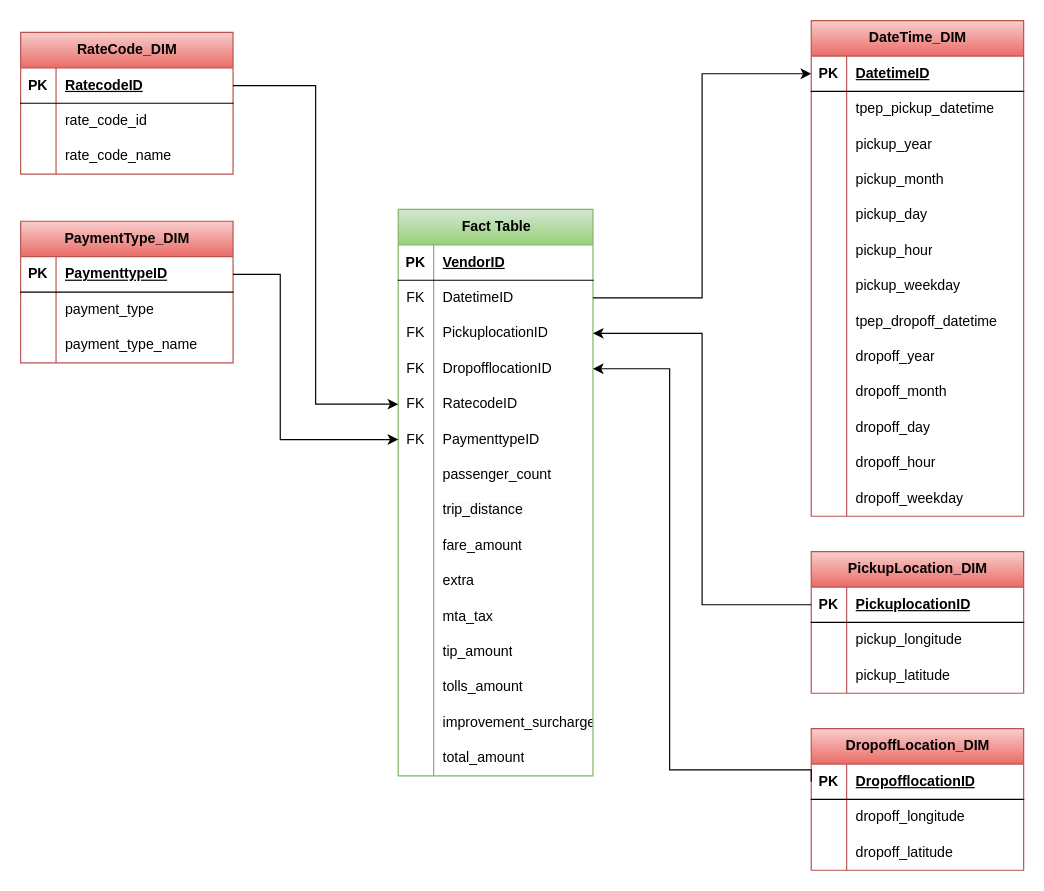
This is Data Model diagram.drawio from IndianJohnnyDepp/NYTaxiProject, a draw.io file, before an edit. Source tidied: cells renumbered, new cells numbered last; positions are measured from the earlier drawing's top-left corner, leaving out a move shared by most shapes. Both pictures are drawn from the tidied source at 118%, with x=0, y=0 at pixel (20, 20).
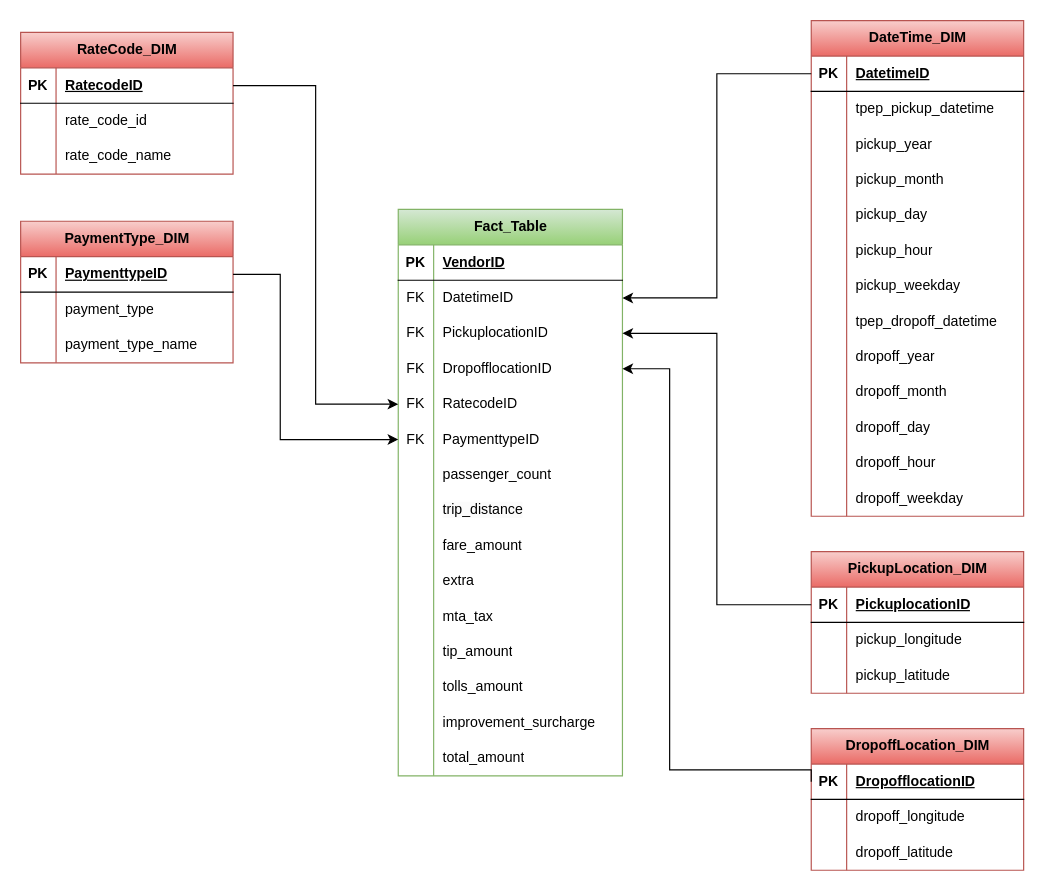
Above is the later version.

The change refers to these unchanged cells:
```xml
<mxCell id="3" style="shape=tableRow;horizontal=0;startSize=0;swimlaneHead=0;swimlaneBody=0;fillColor=none;points=[[0,0.5],[1,0.5]];portConstraint=eastwest;top=0;left=0;right=0;bottom=1;" parent="2" vertex="1">
  <mxGeometry y="30" width="180" height="30" as="geometry" />
</mxCell>
```

What changed in the source:
```diff
@@
-    <mxCell id="42" value="Fact Table" style="shape=table;startSize=30;childLayout=tableLayout;rowLines=0;fontStyle=1;align=center;html=1;fillColor=#d5e8d4;gradientColor=#97d077;strokeColor=#82b366;" parent="1" vertex="1">
-      <mxGeometry x="320" y="160" width="165" height="480" as="geometry" />
+    <mxCell id="42" value="Fact_Table" style="shape=table;startSize=30;childLayout=tableLayout;rowLines=0;fontStyle=1;align=center;html=1;fillColor=#d5e8d4;gradientColor=#97d077;strokeColor=#82b366;" parent="1" vertex="1">
+      <mxGeometry x="320" y="160" width="190" height="480" as="geometry" />
     </mxCell>
     <mxCell id="43" style="shape=tableRow;horizontal=0;startSize=0;swimlaneHead=0;swimlaneBody=0;fillColor=none;top=0;left=0;right=0;bottom=1;" parent="42" vertex="1">
-      <mxGeometry y="30" width="165" height="30" as="geometry" />
+      <mxGeometry y="30" width="190" height="30" as="geometry" />
     </mxCell>
@@
     <mxCell id="45" value="VendorID" style="shape=partialRectangle;fillColor=none;top=0;left=0;bottom=0;right=0;align=left;spacingLeft=6;fontStyle=5;overflow=hidden;whiteSpace=wrap;html=1;" parent="43" vertex="1">
-      <mxGeometry x="30" width="135" height="30" as="geometry" />
+      <mxGeometry x="30" width="160" height="30" as="geometry" />
     </mxCell>
     <mxCell id="46" style="shape=tableRow;horizontal=0;startSize=0;swimlaneHead=0;swimlaneBody=0;fillColor=none;points=[[0,0.5],[1,0.5]];portConstraint=eastwest;top=0;left=0;right=0;bottom=0;" parent="42" vertex="1">
-      <mxGeometry y="60" width="165" height="30" as="geometry" />
+      <mxGeometry y="60" width="190" height="30" as="geometry" />
     </mxCell>
@@
     <mxCell id="48" value="DatetimeID" style="shape=partialRectangle;fillColor=none;top=0;left=0;bottom=0;right=0;align=left;spacingLeft=6;overflow=hidden;whiteSpace=wrap;html=1;" parent="46" vertex="1">
-      <mxGeometry x="30" width="135" height="30" as="geometry" />
+      <mxGeometry x="30" width="160" height="30" as="geometry" />
     </mxCell>
     <mxCell id="49" style="shape=tableRow;horizontal=0;startSize=0;swimlaneHead=0;swimlaneBody=0;fillColor=none;points=[[0,0.5],[1,0.5]];portConstraint=eastwest;top=0;left=0;right=0;bottom=0;" parent="42" vertex="1">
-      <mxGeometry y="90" width="165" height="30" as="geometry" />
+      <mxGeometry y="90" width="190" height="30" as="geometry" />
     </mxCell>
@@
     <mxCell id="51" value="PickuplocationID" style="shape=partialRectangle;fillColor=none;top=0;left=0;bottom=0;right=0;align=left;spacingLeft=6;overflow=hidden;whiteSpace=wrap;html=1;" parent="49" vertex="1">
-      <mxGeometry x="30" width="135" height="30" as="geometry" />
+      <mxGeometry x="30" width="160" height="30" as="geometry" />
     </mxCell>
     <mxCell id="52" style="shape=tableRow;horizontal=0;startSize=0;swimlaneHead=0;swimlaneBody=0;fillColor=none;points=[[0,0.5],[1,0.5]];portConstraint=eastwest;top=0;left=0;right=0;bottom=0;" parent="42" vertex="1">
-      <mxGeometry y="120" width="165" height="30" as="geometry" />
+      <mxGeometry y="120" width="190" height="30" as="geometry" />
     </mxCell>
@@
     <mxCell id="54" value="DropofflocationID" style="shape=partialRectangle;fillColor=none;top=0;left=0;bottom=0;right=0;align=left;spacingLeft=6;overflow=hidden;whiteSpace=wrap;html=1;" parent="52" vertex="1">
-      <mxGeometry x="30" width="135" height="30" as="geometry" />
+      <mxGeometry x="30" width="160" height="30" as="geometry" />
     </mxCell>
     <mxCell id="55" style="shape=tableRow;horizontal=0;startSize=0;swimlaneHead=0;swimlaneBody=0;fillColor=none;points=[[0,0.5],[1,0.5]];portConstraint=eastwest;top=0;left=0;right=0;bottom=0;" parent="42" vertex="1">
-      <mxGeometry y="150" width="165" height="30" as="geometry" />
+      <mxGeometry y="150" width="190" height="30" as="geometry" />
     </mxCell>
@@
     <mxCell id="57" value="RatecodeID" style="shape=partialRectangle;fillColor=none;top=0;left=0;bottom=0;right=0;align=left;spacingLeft=6;overflow=hidden;whiteSpace=wrap;html=1;" parent="55" vertex="1">
-      <mxGeometry x="30" width="135" height="30" as="geometry" />
+      <mxGeometry x="30" width="160" height="30" as="geometry" />
     </mxCell>
     <mxCell id="58" style="shape=tableRow;horizontal=0;startSize=0;swimlaneHead=0;swimlaneBody=0;fillColor=none;points=[[0,0.5],[1,0.5]];portConstraint=eastwest;top=0;left=0;right=0;bottom=0;" parent="42" vertex="1">
-      <mxGeometry y="180" width="165" height="30" as="geometry" />
+      <mxGeometry y="180" width="190" height="30" as="geometry" />
     </mxCell>
@@
     <mxCell id="60" value="PaymenttypeID" style="shape=partialRectangle;fillColor=none;top=0;left=0;bottom=0;right=0;align=left;spacingLeft=6;overflow=hidden;whiteSpace=wrap;html=1;" parent="58" vertex="1">
-      <mxGeometry x="30" width="135" height="30" as="geometry" />
+      <mxGeometry x="30" width="160" height="30" as="geometry" />
     </mxCell>
     <mxCell id="61" style="shape=tableRow;horizontal=0;startSize=0;swimlaneHead=0;swimlaneBody=0;fillColor=none;top=0;left=0;right=0;bottom=0;" parent="42" vertex="1">
-      <mxGeometry y="210" width="165" height="30" as="geometry" />
+      <mxGeometry y="210" width="190" height="30" as="geometry" />
     </mxCell>
@@
     <mxCell id="63" value="passenger_count" style="shape=partialRectangle;fillColor=none;top=0;left=0;bottom=0;right=0;align=left;spacingLeft=6;overflow=hidden;whiteSpace=wrap;html=1;" parent="61" vertex="1">
-      <mxGeometry x="30" width="135" height="30" as="geometry" />
+      <mxGeometry x="30" width="160" height="30" as="geometry" />
     </mxCell>
     <mxCell id="64" style="shape=tableRow;horizontal=0;startSize=0;swimlaneHead=0;swimlaneBody=0;fillColor=none;top=0;left=0;right=0;bottom=0;" parent="42" vertex="1">
-      <mxGeometry y="240" width="165" height="30" as="geometry" />
+      <mxGeometry y="240" width="190" height="30" as="geometry" />
     </mxCell>
@@
     <mxCell id="66" value="&lt;span style=&quot;color: rgb(0, 0, 0); font-family: Helvetica; font-size: 12px; font-style: normal; font-variant-ligatures: normal; font-variant-caps: normal; font-weight: 400; letter-spacing: normal; orphans: 2; text-align: left; text-indent: 0px; text-transform: none; widows: 2; word-spacing: 0px; -webkit-text-stroke-width: 0px; background-color: rgb(251, 251, 251); text-decoration-thickness: initial; text-decoration-style: initial; text-decoration-color: initial; float: none; display: inline !important;&quot;&gt;trip_distance&lt;/span&gt;" style="shape=partialRectangle;fillColor=none;top=0;left=0;bottom=0;right=0;align=left;spacingLeft=6;overflow=hidden;whiteSpace=wrap;html=1;" parent="64" vertex="1">
-      <mxGeometry x="30" width="135" height="30" as="geometry" />
+      <mxGeometry x="30" width="160" height="30" as="geometry" />
     </mxCell>
     <mxCell id="67" style="shape=tableRow;horizontal=0;startSize=0;swimlaneHead=0;swimlaneBody=0;fillColor=none;top=0;left=0;right=0;bottom=0;" parent="42" vertex="1">
-      <mxGeometry y="270" width="165" height="30" as="geometry" />
+      <mxGeometry y="270" width="190" height="30" as="geometry" />
     </mxCell>
@@
     <mxCell id="69" value="fare_amount" style="shape=partialRectangle;fillColor=none;top=0;left=0;bottom=0;right=0;align=left;spacingLeft=6;overflow=hidden;whiteSpace=wrap;html=1;" parent="67" vertex="1">
-      <mxGeometry x="30" width="135" height="30" as="geometry" />
+      <mxGeometry x="30" width="160" height="30" as="geometry" />
     </mxCell>
     <mxCell id="70" style="shape=tableRow;horizontal=0;startSize=0;swimlaneHead=0;swimlaneBody=0;fillColor=none;top=0;left=0;right=0;bottom=0;" parent="42" vertex="1">
-      <mxGeometry y="300" width="165" height="30" as="geometry" />
+      <mxGeometry y="300" width="190" height="30" as="geometry" />
     </mxCell>
@@
     <mxCell id="72" value="extra" style="shape=partialRectangle;fillColor=none;top=0;left=0;bottom=0;right=0;align=left;spacingLeft=6;overflow=hidden;whiteSpace=wrap;html=1;" parent="70" vertex="1">
-      <mxGeometry x="30" width="135" height="30" as="geometry" />
+      <mxGeometry x="30" width="160" height="30" as="geometry" />
     </mxCell>
     <mxCell id="73" style="shape=tableRow;horizontal=0;startSize=0;swimlaneHead=0;swimlaneBody=0;fillColor=none;top=0;left=0;right=0;bottom=0;" parent="42" vertex="1">
-      <mxGeometry y="330" width="165" height="30" as="geometry" />
+      <mxGeometry y="330" width="190" height="30" as="geometry" />
     </mxCell>
@@
     <mxCell id="75" value="mta_tax" style="shape=partialRectangle;fillColor=none;top=0;left=0;bottom=0;right=0;align=left;spacingLeft=6;overflow=hidden;whiteSpace=wrap;html=1;" parent="73" vertex="1">
-      <mxGeometry x="30" width="135" height="30" as="geometry" />
+      <mxGeometry x="30" width="160" height="30" as="geometry" />
     </mxCell>
     <mxCell id="76" style="shape=tableRow;horizontal=0;startSize=0;swimlaneHead=0;swimlaneBody=0;fillColor=none;top=0;left=0;right=0;bottom=0;" parent="42" vertex="1">
-      <mxGeometry y="360" width="165" height="30" as="geometry" />
+      <mxGeometry y="360" width="190" height="30" as="geometry" />
     </mxCell>
@@
     <mxCell id="78" value="tip_amount" style="shape=partialRectangle;fillColor=none;top=0;left=0;bottom=0;right=0;align=left;spacingLeft=6;overflow=hidden;whiteSpace=wrap;html=1;" parent="76" vertex="1">
-      <mxGeometry x="30" width="135" height="30" as="geometry" />
+      <mxGeometry x="30" width="160" height="30" as="geometry" />
     </mxCell>
     <mxCell id="79" style="shape=tableRow;horizontal=0;startSize=0;swimlaneHead=0;swimlaneBody=0;fillColor=none;top=0;left=0;right=0;bottom=0;" parent="42" vertex="1">
-      <mxGeometry y="390" width="165" height="30" as="geometry" />
+      <mxGeometry y="390" width="190" height="30" as="geometry" />
     </mxCell>
@@
     <mxCell id="81" value="tolls_amount" style="shape=partialRectangle;fillColor=none;top=0;left=0;bottom=0;right=0;align=left;spacingLeft=6;overflow=hidden;whiteSpace=wrap;html=1;" parent="79" vertex="1">
-      <mxGeometry x="30" width="135" height="30" as="geometry" />
+      <mxGeometry x="30" width="160" height="30" as="geometry" />
     </mxCell>
     <mxCell id="82" style="shape=tableRow;horizontal=0;startSize=0;swimlaneHead=0;swimlaneBody=0;fillColor=none;top=0;left=0;right=0;bottom=0;" parent="42" vertex="1">
-      <mxGeometry y="420" width="165" height="30" as="geometry" />
+      <mxGeometry y="420" width="190" height="30" as="geometry" />
     </mxCell>
@@
     <mxCell id="84" value="improvement_surcharge" style="shape=partialRectangle;fillColor=none;top=0;left=0;bottom=0;right=0;align=left;spacingLeft=6;overflow=hidden;whiteSpace=wrap;html=1;" parent="82" vertex="1">
-      <mxGeometry x="30" width="135" height="30" as="geometry" />
+      <mxGeometry x="30" width="160" height="30" as="geometry" />
     </mxCell>
     <mxCell id="85" style="shape=tableRow;horizontal=0;startSize=0;swimlaneHead=0;swimlaneBody=0;fillColor=none;top=0;left=0;right=0;bottom=0;" parent="42" vertex="1">
-      <mxGeometry y="450" width="165" height="30" as="geometry" />
+      <mxGeometry y="450" width="190" height="30" as="geometry" />
     </mxCell>
@@
     <mxCell id="87" value="total_amount" style="shape=partialRectangle;fillColor=none;top=0;left=0;bottom=0;right=0;align=left;spacingLeft=6;overflow=hidden;whiteSpace=wrap;html=1;" parent="85" vertex="1">
-      <mxGeometry x="30" width="135" height="30" as="geometry" />
+      <mxGeometry x="30" width="160" height="30" as="geometry" />
     </mxCell>
-    <mxCell id="88" style="edgeStyle=orthogonalEdgeStyle;rounded=0;jettySize=auto;html=1;exitX=1;exitY=0.5;exitDx=0;exitDy=0;entryX=0;entryY=0.5;entryDx=0;entryDy=0;" parent="1" edge="1" source="46" target="3">
-      <mxGeometry relative="1" as="geometry" />
-    </mxCell>
@@
+    <mxCell id="133" style="edgeStyle=orthogonalEdgeStyle;rounded=0;jettySize=auto;html=1;exitX=0;exitY=0.5;exitDx=0;exitDy=0;entryX=1;entryY=0.5;entryDx=0;entryDy=0;" parent="1" edge="1" source="3" target="46">
+      <mxGeometry relative="1" as="geometry" />
+    </mxCell>
```
